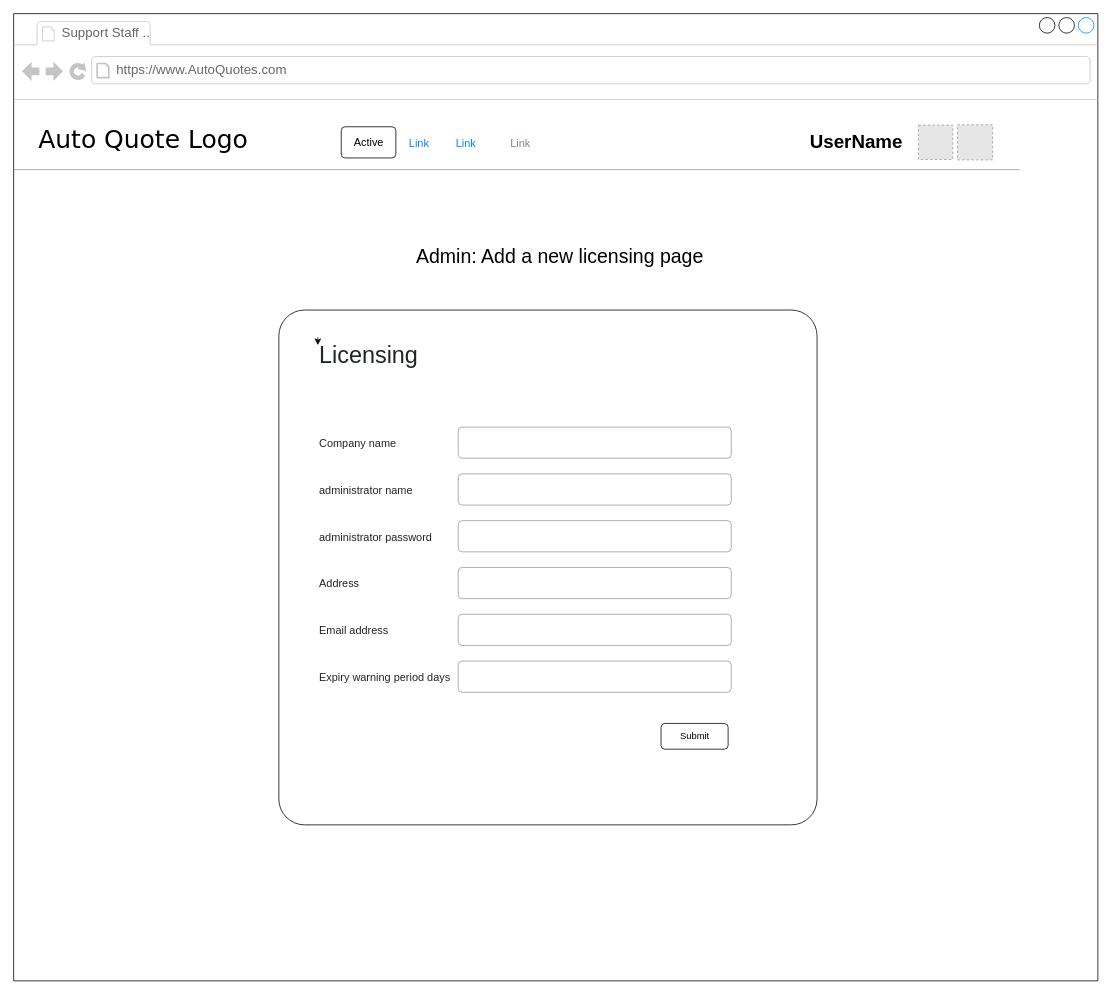
This is page "Page-1" (1 of 2) of Wireframe_Mockups/Support/SupportStaffLicensingPage.drawio from Awrmani/AutoQuotes, a draw.io file, before an edit. Source tidied: cells renumbered, new cells numbered last; positions are measured from the earlier drawing's top-left corner, leaving out a move shared by most shapes. Both pictures are drawn from the tidied source at 78%, with x=0, y=0 at pixel (13, 13). Pictures stored in the file or linked from it are replaced by grey dashed boxes.
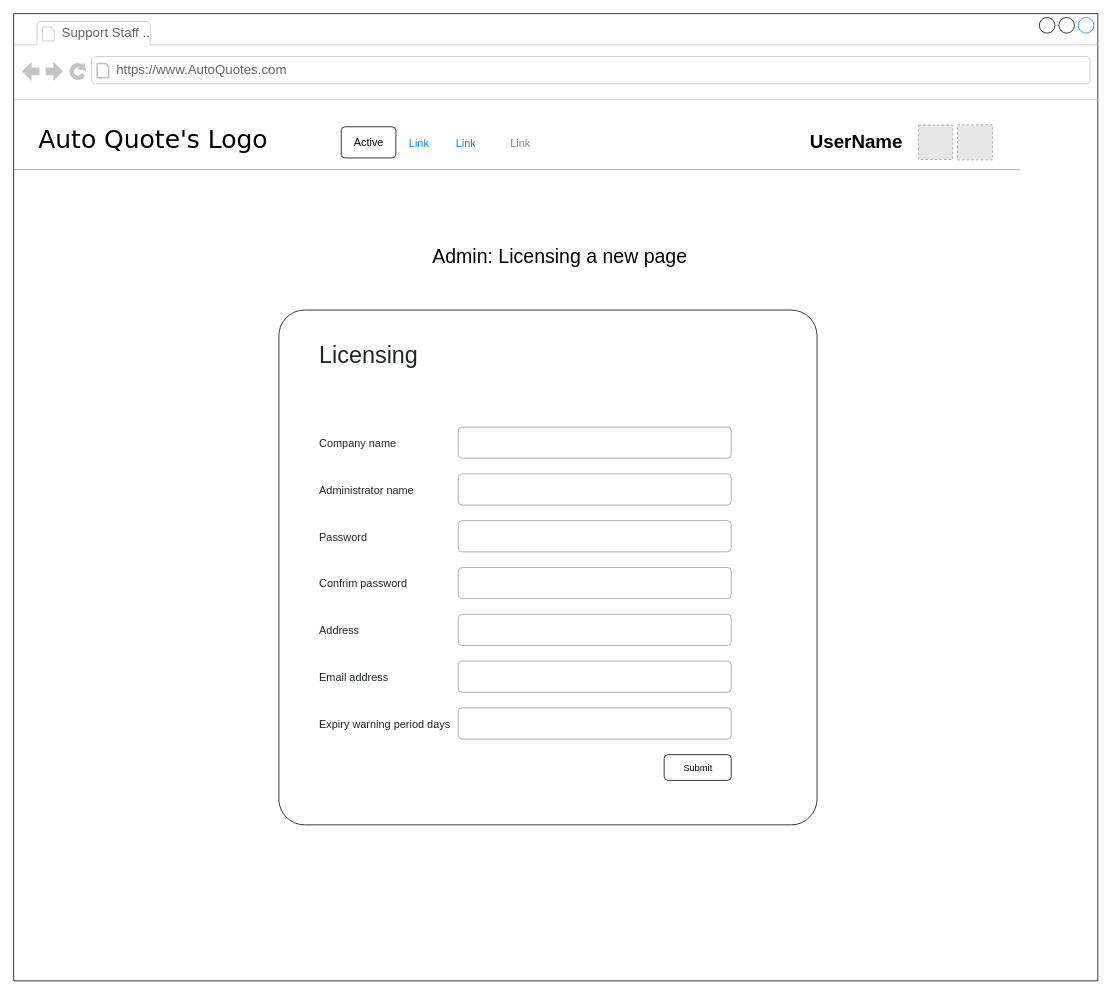
Above is the later version.

Commit message:
add confirm password

The change refers to these unchanged cells:
```xml
<mxCell id="2" style="strokeWidth=1;shadow=0;dashed=0;align=left;html=1;shape=mxgraph.mockup.containers.browserWindow;rSize=0;mainText=,;rounded=0;labelBackgroundColor=none;fontFamily=Verdana;fontSize=12;" parent="1" vertex="1">
  <mxGeometry width="1390" height="1240" as="geometry" />
</mxCell>
<mxCell id="15" style="group;" parent="2" vertex="1">
  <mxGeometry x="340" y="380" width="690" height="660" as="geometry" />
</mxCell>
<mxCell id="17" value="Licensing" style="fillColor=none;strokeColor=none;align=left;fontSize=30;fontColor=#212529;" parent="15" vertex="1">
  <mxGeometry x="50" y="35" width="260" height="40" as="geometry" />
</mxCell>
```

Diff of the diagram source:
```diff
@@
-    <mxCell id="5" value="&lt;font style=&quot;font-size: 32px;&quot;&gt;Auto Quote Logo&lt;/font&gt;" style="text;html=1;align=left;verticalAlign=top;spacingTop=-4;fontSize=30;fontFamily=Verdana;" parent="2" vertex="1">
+    <mxCell id="5" value="&lt;font style=&quot;font-size: 32px;&quot;&gt;Auto Quote's Logo&lt;/font&gt;" style="text;html=1;align=left;verticalAlign=top;spacingTop=-4;fontSize=30;fontFamily=Verdana;" parent="2" vertex="1">
       <mxGeometry x="30" y="140" width="340" height="50" as="geometry" />
     </mxCell>
@@
-    <mxCell id="14" value="&lt;font style=&quot;font-size: 25px;&quot;&gt;Admin: Add a new licensing page&lt;/font&gt;" style="text;html=1;strokeColor=none;fillColor=none;align=center;verticalAlign=middle;whiteSpace=wrap;rounded=0;" parent="2" vertex="1">
+    <mxCell id="14" value="&lt;font style=&quot;font-size: 25px;&quot;&gt;Admin: Licensing a new page&lt;/font&gt;" style="text;html=1;strokeColor=none;fillColor=none;align=center;verticalAlign=middle;whiteSpace=wrap;rounded=0;" parent="2" vertex="1">
       <mxGeometry x="507.5" y="280" width="385" height="60" as="geometry" />
     </mxCell>
@@
-    <mxCell id="21" value="administrator name" style="fillColor=none;strokeColor=none;align=left;fontSize=14;fontColor=#212529;" parent="15" vertex="1">
+    <mxCell id="21" value="Administrator name" style="fillColor=none;strokeColor=none;align=left;fontSize=14;fontColor=#212529;" parent="15" vertex="1">
       <mxGeometry x="50" y="210" width="100" height="40" as="geometry" />
     </mxCell>
@@
-    <mxCell id="23" value="administrator password" style="fillColor=none;strokeColor=none;align=left;fontSize=14;fontColor=#212529;" parent="15" vertex="1">
+    <mxCell id="23" value="Password" style="fillColor=none;strokeColor=none;align=left;fontSize=14;fontColor=#212529;" parent="15" vertex="1">
       <mxGeometry x="50" y="270" width="100" height="40" as="geometry" />
     </mxCell>
@@
     <mxCell id="25" value="Address" style="fillColor=none;strokeColor=none;align=left;fontSize=14;fontColor=#212529;" parent="15" vertex="1">
-      <mxGeometry x="50" y="330" width="100" height="40" as="geometry" />
+      <mxGeometry x="50" y="390" width="100" height="40" as="geometry" />
     </mxCell>
@@
     <mxCell id="27" value="Email address" style="fillColor=none;strokeColor=none;align=left;fontSize=14;fontColor=#212529;" parent="15" vertex="1">
-      <mxGeometry x="50" y="390" width="100" height="40" as="geometry" />
+      <mxGeometry x="50" y="450" width="100" height="40" as="geometry" />
     </mxCell>
@@
     <mxCell id="29" value="Expiry warning period days" style="fillColor=none;strokeColor=none;align=left;fontSize=14;fontColor=#212529;" parent="15" vertex="1">
-      <mxGeometry x="50" y="450" width="100" height="40" as="geometry" />
+      <mxGeometry x="50" y="510" width="100" height="40" as="geometry" />
     </mxCell>
-    <mxCell id="30" style="edgeStyle=orthogonalEdgeStyle;rounded=0;orthogonalLoop=1;jettySize=auto;html=1;exitX=0;exitY=0;exitDx=0;exitDy=0;entryX=0;entryY=0.25;entryDx=0;entryDy=0;" parent="15" edge="1" source="17" target="17">
-      <mxGeometry relative="1" as="geometry" />
-    </mxCell>
     <mxCell id="31" value="Submit" style="rounded=1;html=1;align=center;verticalAlign=middle;fontStyle=0;fontSize=12;sketch=0;" parent="15" vertex="1">
-      <mxGeometry x="490" y="530" width="86" height="33" as="geometry" />
+      <mxGeometry x="494" y="570" width="86" height="33" as="geometry" />
     </mxCell>
+    <mxCell id="32" style="html=1;shadow=0;dashed=0;shape=mxgraph.bootstrap.rrect;rSize=5;fillColor=none;strokeColor=#999999;align=left;spacing=15;fontSize=14;fontColor=#6C767D;" parent="15" vertex="1">
+      <mxGeometry x="230" y="510" width="350" height="40" as="geometry" />
+    </mxCell>
+    <mxCell id="33" value="Confrim password" style="fillColor=none;strokeColor=none;align=left;fontSize=14;fontColor=#212529;" parent="15" vertex="1">
+      <mxGeometry x="50" y="330" width="100" height="40" as="geometry" />
+    </mxCell>
```
